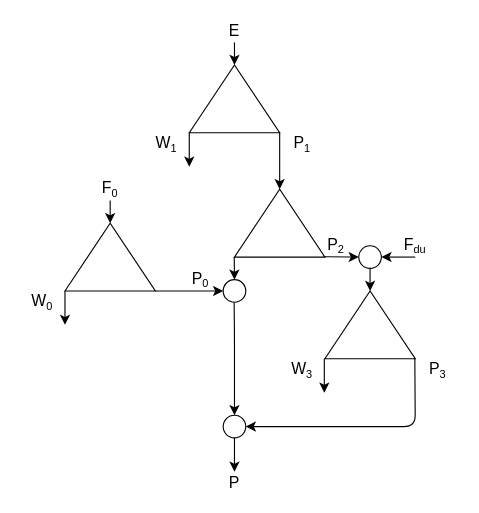
GusevVlad/Russian-Phd-LaTeX-Dissertation-Template keeps this draw.io diagram as cascades/drawio/p2_withDepU.drawio. Above is the earlier version. Source tidied: cells renumbered, new cells numbered last; positions are measured from the earlier drawing's top-left corner, leaving out a move shared by most shapes. Both pictures are drawn from the tidied source at 113%, with x=0, y=0 at pixel (19, 19).
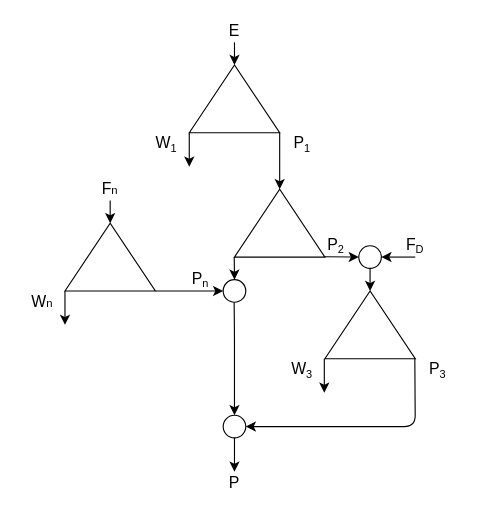
The same diagram, later.

Diff of the diagram source:
```diff
@@
-    <mxCell id="14" value="&lt;font style=&quot;font-size: 14px&quot;&gt;F&lt;/font&gt;&lt;font style=&quot;font-size: 11.6667px&quot;&gt;&lt;sub&gt;0&lt;/sub&gt;&lt;/font&gt;" style="text;html=1;strokeColor=none;fillColor=none;align=center;verticalAlign=middle;whiteSpace=wrap;rounded=0;" parent="1" vertex="1">
+    <mxCell id="14" value="&lt;font style=&quot;font-size: 14px&quot;&gt;F&lt;/font&gt;&lt;font size=&quot;1&quot;&gt;n&lt;/font&gt;" style="text;html=1;strokeColor=none;fillColor=none;align=center;verticalAlign=middle;whiteSpace=wrap;rounded=0;" parent="1" vertex="1">
       <mxGeometry x="60" y="140" width="40" height="20" as="geometry" />
     </mxCell>
-    <mxCell id="15" value="&lt;font style=&quot;font-size: 14px&quot;&gt;W&lt;/font&gt;&lt;font style=&quot;font-size: 11.6667px&quot;&gt;&lt;sub&gt;0&lt;/sub&gt;&lt;/font&gt;" style="text;html=1;strokeColor=none;fillColor=none;align=center;verticalAlign=middle;whiteSpace=wrap;rounded=0;" parent="1" vertex="1">
+    <mxCell id="15" value="&lt;font style=&quot;font-size: 14px&quot;&gt;W&lt;/font&gt;&lt;font size=&quot;1&quot;&gt;n&lt;/font&gt;" style="text;html=1;strokeColor=none;fillColor=none;align=center;verticalAlign=middle;whiteSpace=wrap;rounded=0;" parent="1" vertex="1">
       <mxGeometry y="240" width="40" height="20" as="geometry" />
     </mxCell>
-    <mxCell id="16" value="&lt;font style=&quot;font-size: 14px&quot;&gt;P&lt;/font&gt;&lt;font style=&quot;font-size: 11.6667px&quot;&gt;&lt;sub&gt;0&lt;/sub&gt;&lt;/font&gt;" style="text;html=1;strokeColor=none;fillColor=none;align=center;verticalAlign=middle;whiteSpace=wrap;rounded=0;" parent="1" vertex="1">
+    <mxCell id="16" value="&lt;font style=&quot;font-size: 14px&quot;&gt;P&lt;/font&gt;&lt;font style=&quot;font-size: 11.6667px&quot;&gt;&lt;sub&gt;n&lt;/sub&gt;&lt;/font&gt;" style="text;html=1;strokeColor=none;fillColor=none;align=center;verticalAlign=middle;whiteSpace=wrap;rounded=0;" parent="1" vertex="1">
       <mxGeometry x="140" y="220" width="40" height="20" as="geometry" />
     </mxCell>
@@
-    <mxCell id="21" value="&lt;font style=&quot;font-size: 14px&quot;&gt;F&lt;/font&gt;&lt;font style=&quot;font-size: 11.6667px&quot;&gt;&lt;sub&gt;du&lt;/sub&gt;&lt;/font&gt;" style="text;html=1;strokeColor=none;fillColor=none;align=center;verticalAlign=middle;whiteSpace=wrap;rounded=0;" parent="1" vertex="1">
+    <mxCell id="21" value="&lt;font style=&quot;font-size: 14px&quot;&gt;F&lt;/font&gt;&lt;font style=&quot;font-size: 11.6667px&quot;&gt;&lt;sub&gt;D&lt;/sub&gt;&lt;/font&gt;" style="text;html=1;strokeColor=none;fillColor=none;align=center;verticalAlign=middle;whiteSpace=wrap;rounded=0;" parent="1" vertex="1">
       <mxGeometry x="330" y="190" width="40" height="20" as="geometry" />
     </mxCell>
```
